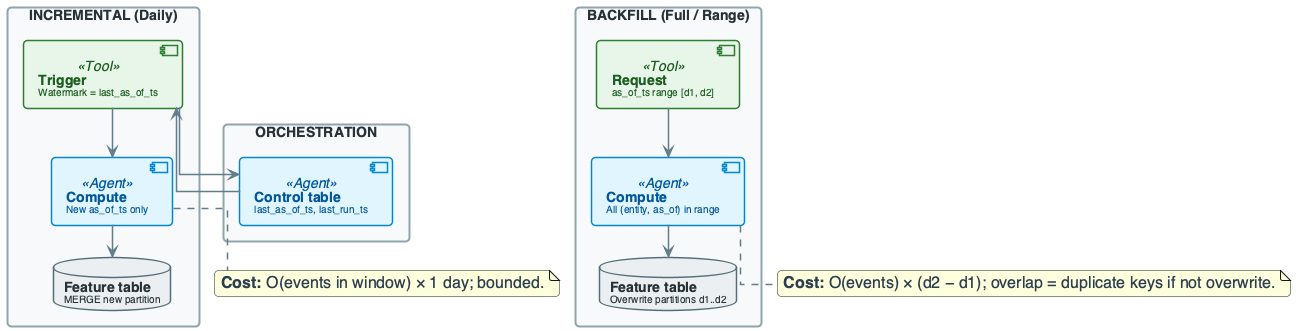
OrPerets/data-engineering-course keeps this PlantUML diagram as diagrams/week12/week12_lecture_slide15_execution_flow.png. Above is the earlier version.
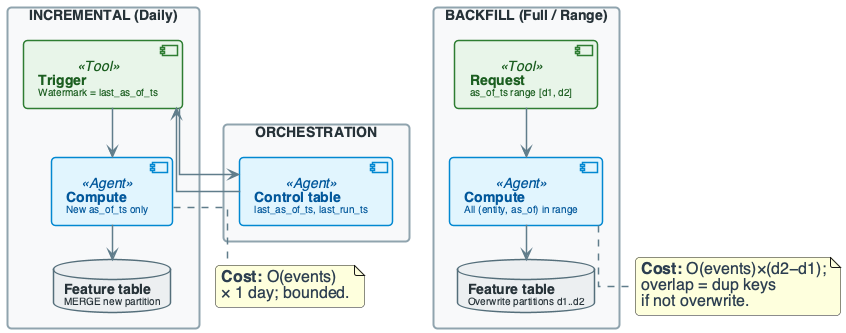
Above is the later version.

Change to the diagram source:
```diff
@@ -141,7 +141,7 @@
 TRIG --> CTRL
 CTRL --> TRIG
 
-note bottom of COMP : **Cost:** O(events in window) × 1 day; bounded.
-note bottom of BACKFILL : **Cost:** O(events) × (d2 − d1); overlap = duplicate keys if not overwrite.
+note bottom of COMP : **Cost:** O(events)\n× 1 day; bounded.
+note bottom of BACKFILL : **Cost:** O(events)×(d2−d1);\noverlap = dup keys\nif not overwrite.
 
 @enduml
```
